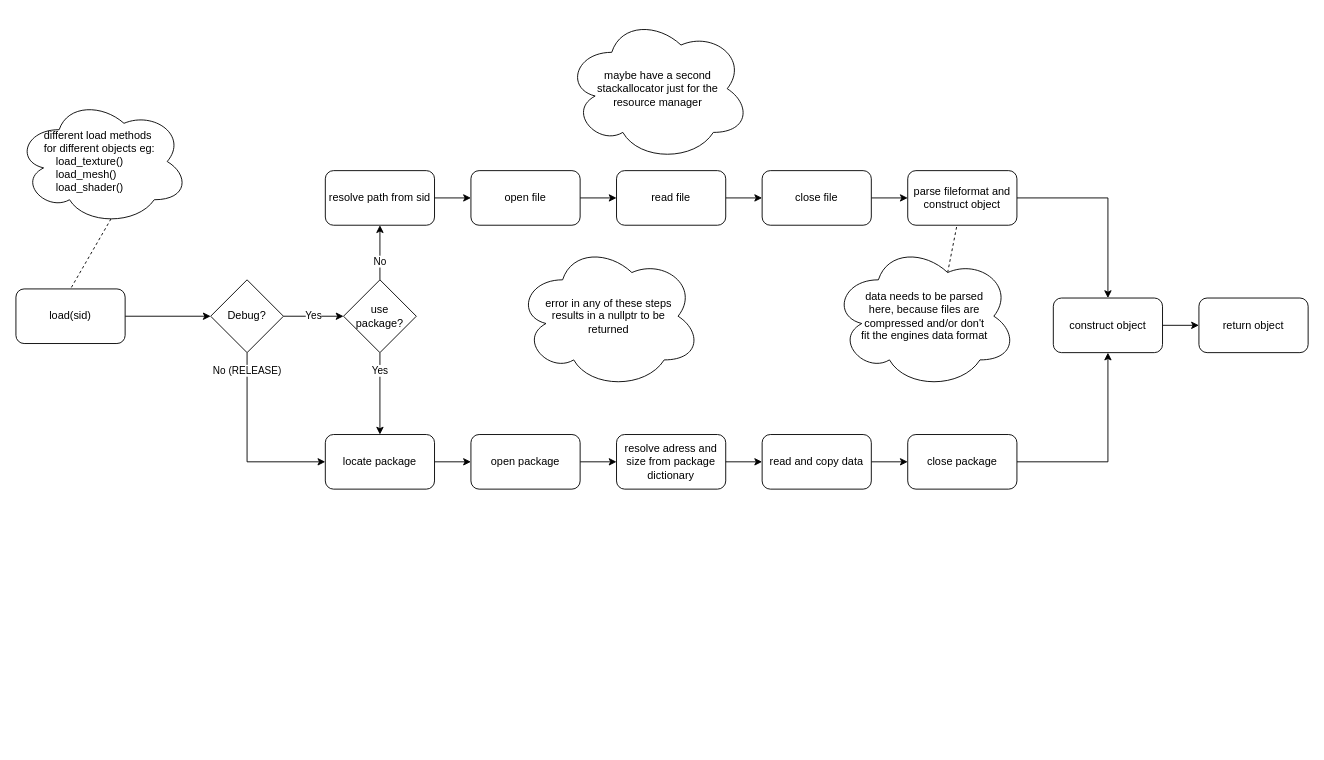
The draw.io diagram code/modules/risResourceManager/resource_manager_load_method_exploration.drawio in Rismosch/ris_engine, before the edit. Source tidied: cells renumbered, new cells numbered last; positions are measured from the earlier drawing's top-left corner, leaving out a move shared by most shapes. Both pictures are drawn from the tidied source at 91%, with x=0, y=0 at pixel (15, 15).
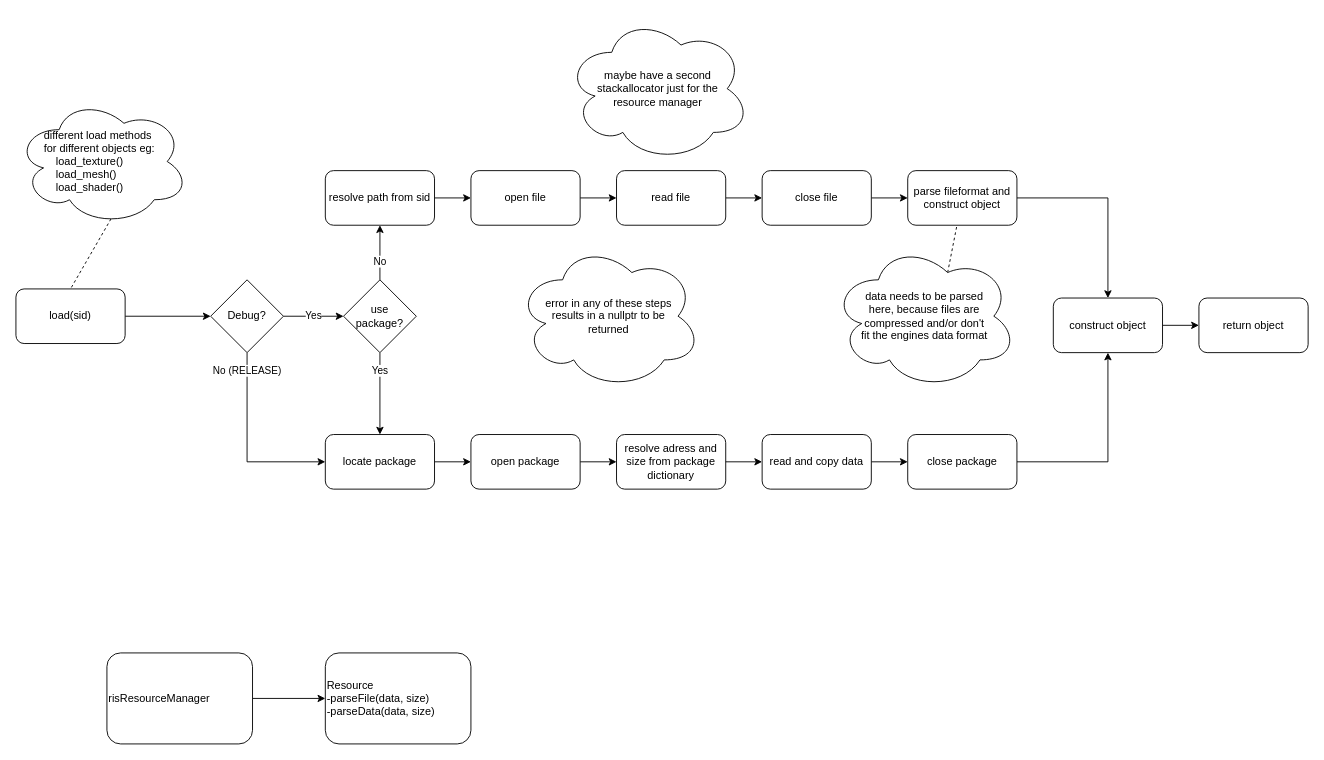
After the change.

Commit message (it also covers changes not shown here):
started work on resource manager

What changed in the source:
```diff
@@
+    <mxCell id="39" value="Resource&lt;br&gt;-parseFile(data, size)&lt;br&gt;-parseData(data, size)" style="rounded=1;whiteSpace=wrap;html=1;align=left;" parent="1" vertex="1">
+      <mxGeometry x="340" y="700" width="160" height="100" as="geometry" />
+    </mxCell>
+    <mxCell id="40" style="edgeStyle=orthogonalEdgeStyle;rounded=0;jettySize=auto;html=1;entryX=0;entryY=0.5;entryDx=0;entryDy=0;" parent="1" edge="1" source="41" target="39">
+      <mxGeometry relative="1" as="geometry" />
+    </mxCell>
+    <mxCell id="41" value="risResourceManager" style="rounded=1;whiteSpace=wrap;html=1;align=left;" parent="1" vertex="1">
+      <mxGeometry x="100" y="700" width="160" height="100" as="geometry" />
+    </mxCell>
```
